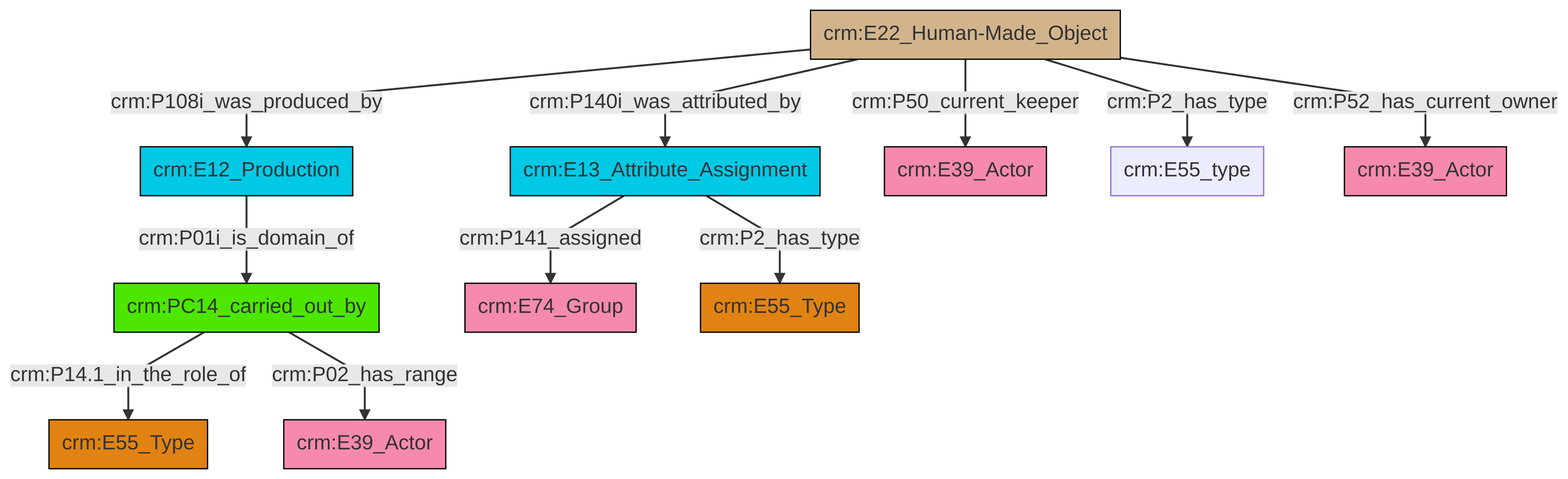
Before: et/artworkCSV/ttl/mmd/png/Artwork_Actor_Relations.png, a diagram exported from Mermaid (swiss-art-research-net/docs.swissartresearch). Its source is kept beside it as et/artworkCSV/ttl/mmd/Artwork_Actor_Relations.ttl.mmd.
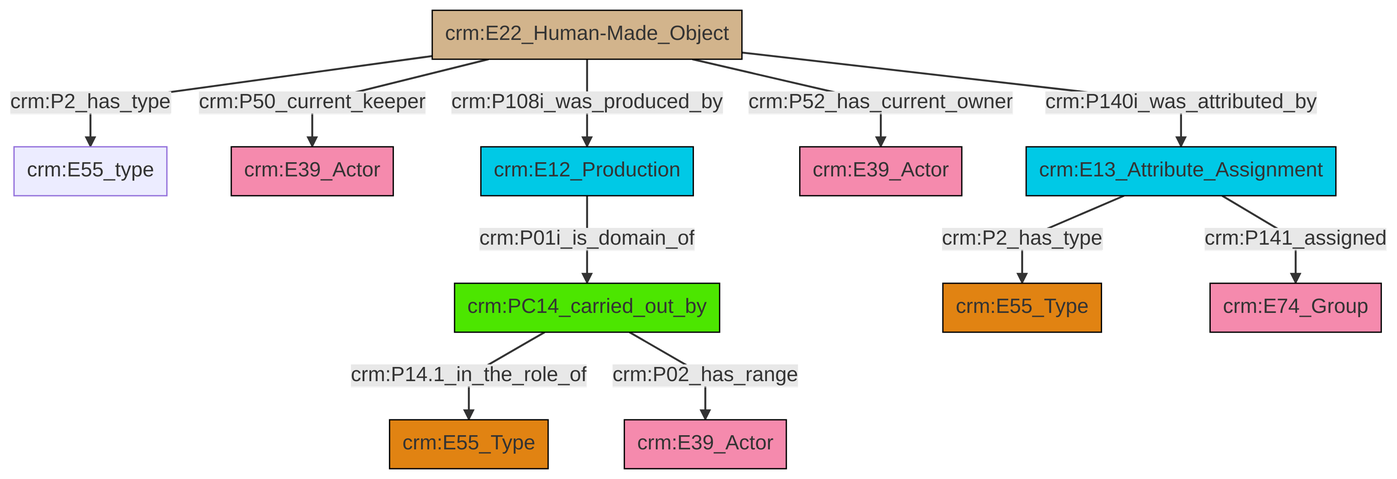
After the change.

The edit, as a diff of the source:
```diff
@@ -13,13 +13,13 @@
 classDef PC_Classes fill:#4ce600, stroke:#000000;
 classDef Multi fill:#cccccc,stroke:#000000;
 
-0["crm:E22_Human-Made_Object"]:::Physical_Thing -->|crm:P140i_was_attributed_by| 2["crm:E13_Attribute_Assignment"]:::Temporal_Entity
-3["crm:E12_Production"]:::Temporal_Entity -->|crm:P01i_is_domain_of| 4["crm:PC14_carried_out_by"]:::PC_Classes
-0["crm:E22_Human-Made_Object"]:::Physical_Thing -->|crm:P108i_was_produced_by| 3["crm:E12_Production"]:::Temporal_Entity
-2["crm:E13_Attribute_Assignment"]:::Temporal_Entity -->|crm:P2_has_type| 11["crm:E55_Type"]:::Type
-4["crm:PC14_carried_out_by"]:::PC_Classes -->|crm:P14.1_in_the_role_of| 12["crm:E55_Type"]:::Type
-0["crm:E22_Human-Made_Object"]:::Physical_Thing -->|crm:P2_has_type| 13["crm:E55_type"]:::Default
-0["crm:E22_Human-Made_Object"]:::Physical_Thing -->|crm:P50_current_keeper| 7["crm:E39_Actor"]:::Actor
-4["crm:PC14_carried_out_by"]:::PC_Classes -->|crm:P02_has_range| 17["crm:E39_Actor"]:::Actor
-0["crm:E22_Human-Made_Object"]:::Physical_Thing -->|crm:P52_has_current_owner| 21["crm:E39_Actor"]:::Actor
-2["crm:E13_Attribute_Assignment"]:::Temporal_Entity -->|crm:P141_assigned| 9["crm:E74_Group"]:::Actor
+0["crm:E22_Human-Made_Object"]:::Physical_Thing -->|crm:P2_has_type| 1["crm:E55_type"]:::Default
+0["crm:E22_Human-Made_Object"]:::Physical_Thing -->|crm:P50_current_keeper| 2["crm:E39_Actor"]:::Actor
+0["crm:E22_Human-Made_Object"]:::Physical_Thing -->|crm:P108i_was_produced_by| 7["crm:E12_Production"]:::Temporal_Entity
+10["crm:PC14_carried_out_by"]:::PC_Classes -->|crm:P14.1_in_the_role_of| 5["crm:E55_Type"]:::Type
+10["crm:PC14_carried_out_by"]:::PC_Classes -->|crm:P02_has_range| 11["crm:E39_Actor"]:::Actor
+0["crm:E22_Human-Made_Object"]:::Physical_Thing -->|crm:P52_has_current_owner| 8["crm:E39_Actor"]:::Actor
+0["crm:E22_Human-Made_Object"]:::Physical_Thing -->|crm:P140i_was_attributed_by| 12["crm:E13_Attribute_Assignment"]:::Temporal_Entity
+7["crm:E12_Production"]:::Temporal_Entity -->|crm:P01i_is_domain_of| 10["crm:PC14_carried_out_by"]:::PC_Classes
+12["crm:E13_Attribute_Assignment"]:::Temporal_Entity -->|crm:P2_has_type| 3["crm:E55_Type"]:::Type
+12["crm:E13_Attribute_Assignment"]:::Temporal_Entity -->|crm:P141_assigned| 20["crm:E74_Group"]:::Actor
```
